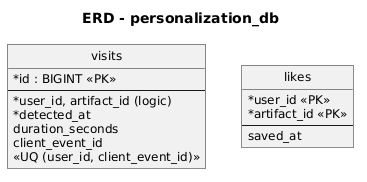
This is Diagram/personalization-service/erd-personalization-db.png from Hoifbao/XDPMHDT, a PlantUML export, as it was before one commit.
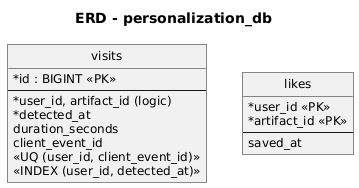
The same diagram one commit later.

Change to the diagram source:
```diff
@@ -18,6 +18,7 @@
   duration_seconds
   client_event_id
   <<UQ (user_id, client_event_id)>>
+  <<INDEX (user_id, detected_at)>>
 }
 entity likes {
   * user_id <<PK>>
```
